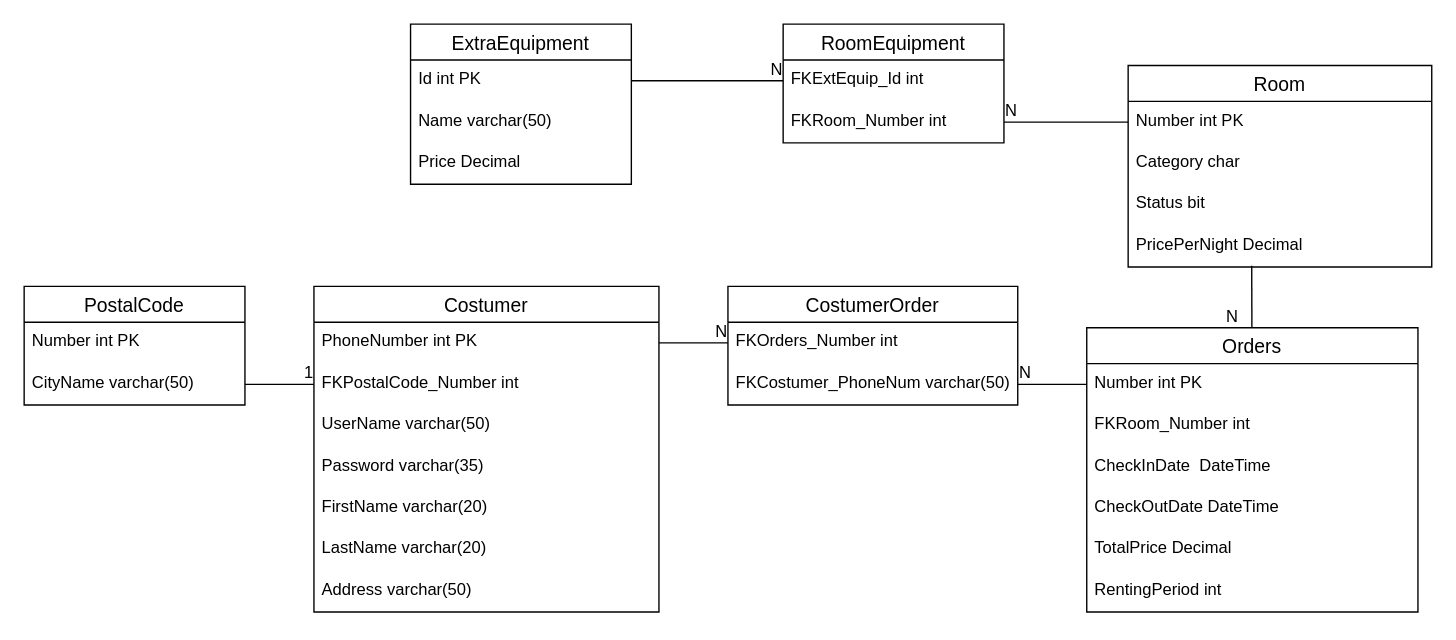
Mojiez/H2Opgaver keeps this draw.io diagram as Hotel_LandLyst/Hotel_LandLyst_Db.drawio. Above is the earlier version. Source tidied: cells renumbered, new cells numbered last; positions are measured from the earlier drawing's top-left corner, leaving out a move shared by most shapes. Both pictures are drawn from the tidied source at 138%, with x=0, y=0 at pixel (23, 23).
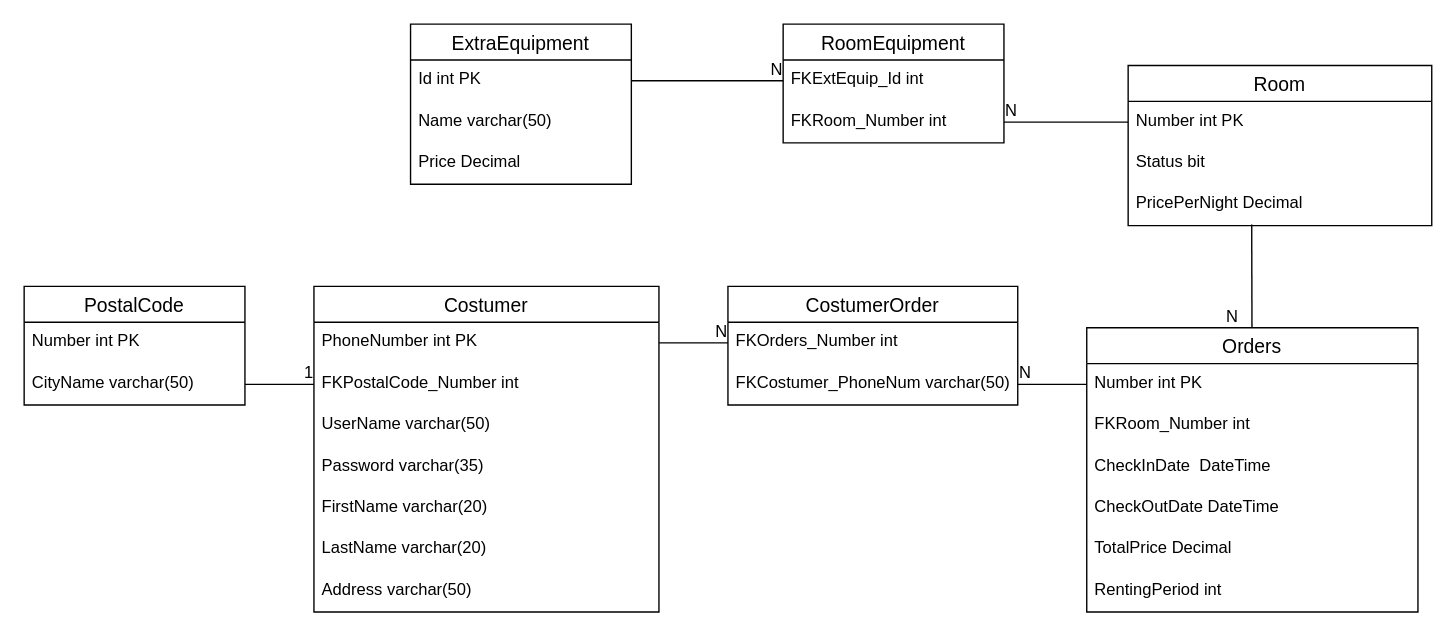
After the change.

Change to the diagram source:
```diff
@@
     <mxCell id="20" value="Room" style="swimlane;fontStyle=0;horizontal=1;startSize=26;align=center;fontSize=14;" parent="1" vertex="1">
-      <mxGeometry x="800" y="30" width="220" height="146" as="geometry" />
+      <mxGeometry x="800" y="30" width="220" height="116" as="geometry" />
     </mxCell>
@@
-    <mxCell id="22" value="Category char" style="text;strokeColor=none;fillColor=none;spacingLeft=4;spacingRight=4;overflow=hidden;fontSize=12;" parent="20" vertex="1">
-      <mxGeometry y="56" width="220" height="30" as="geometry" />
-    </mxCell>
     <mxCell id="23" value="Status bit" style="text;strokeColor=none;fillColor=none;spacingLeft=4;spacingRight=4;overflow=hidden;fontSize=12;" parent="20" vertex="1">
-      <mxGeometry y="86" width="220" height="30" as="geometry" />
+      <mxGeometry y="56" width="220" height="30" as="geometry" />
     </mxCell>
     <mxCell id="24" value="PricePerNight Decimal" style="text;strokeColor=none;fillColor=none;spacingLeft=4;spacingRight=4;overflow=hidden;points=[[0,0.5],[1,0.5]];portConstraint=eastwest;fontSize=12;" parent="20" vertex="1">
-      <mxGeometry y="116" width="220" height="30" as="geometry" />
+      <mxGeometry y="86" width="220" height="30" as="geometry" />
     </mxCell>
```
